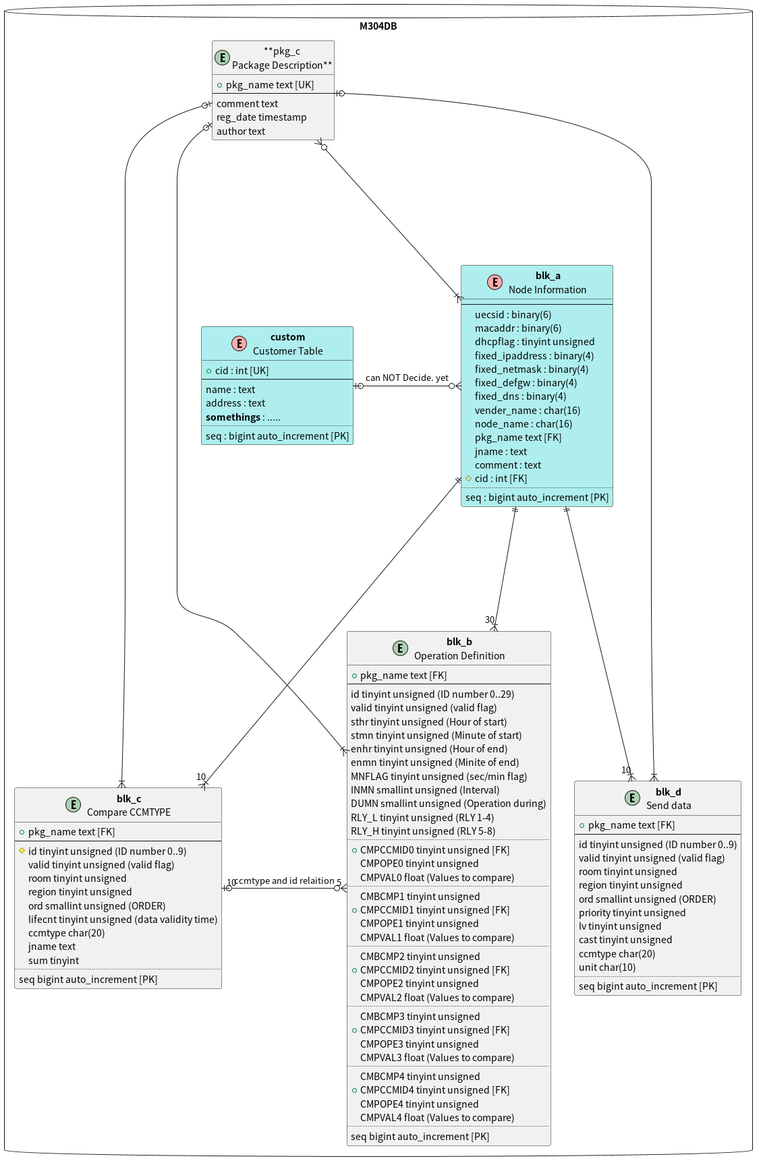
Above: db/M304DB.png in mhorimoto/M304-lowcode (PlantUML), before the change.
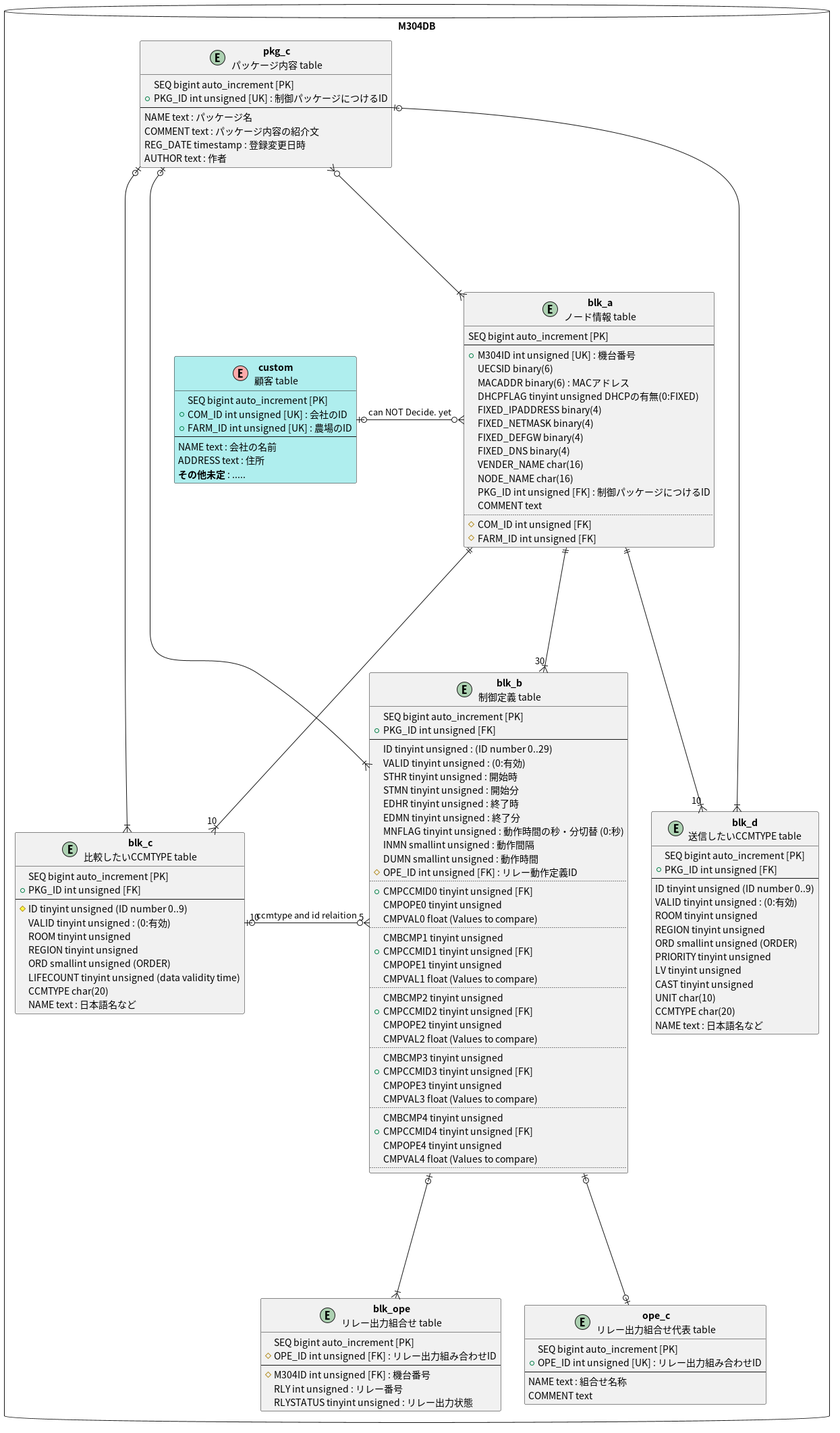
After the commit.

Diff of the diagram source:
```diff
@@ -1,7 +1,7 @@
 @startuml M304DB
 package M304DB <<Database>> {
     !include tables.puml
-    custom |o--r--o{ blk_a : can NOT Decide. yet
+    tbl_custom |o--r--o{ blk_a : can NOT Decide. yet
     pkg_c }o----|{ blk_a
     pkg_c |o----|{ blk_b
     pkg_c |o----|{ blk_c
@@ -10,5 +10,7 @@
     blk_a ||--d--|{ "10" blk_c
     blk_a ||--d--|{ "10" blk_d
     blk_c "10" |o--r--o{ "5" blk_b : ccmtype and id relaition
+    blk_b |o----|{ blk_ope
+    blk_b |o----o| ope_c
 }
 @enduml
```
